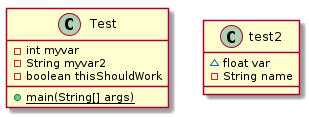
Before: docs/uml/test2.png, a diagram exported from PlantUML (andrewdimmer/csi-3370-software-project-config-test).
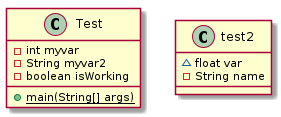
The same diagram one commit later.

Diff of the diagram source:
```diff
@@ -4,7 +4,7 @@
 class Test {
     - int myvar
     - String myvar2
-    - boolean thisShouldWork
+    - boolean isWorking
     {static} + main(String[] args)
 }
 
```
